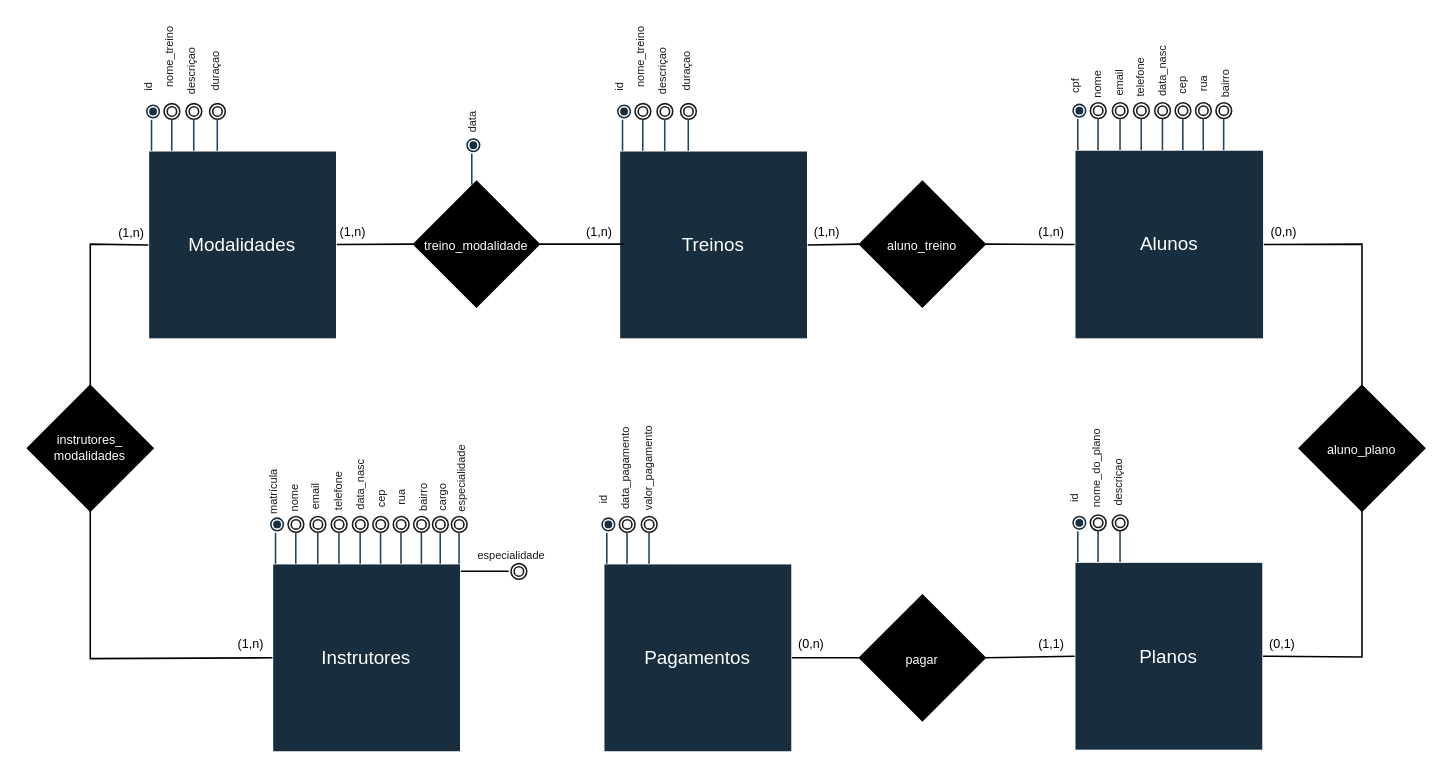
nicolasceccato/banco-de-dados2 keeps this draw.io diagram as trabalho parte 1/modelo conceitual/academia.drawio. Above is the earlier version. Source tidied: cells renumbered, new cells numbered last; positions are measured from the earlier drawing's top-left corner, leaving out a move shared by most shapes. Both pictures are drawn from the tidied source at 157%, with x=0, y=0 at pixel (27, 42).
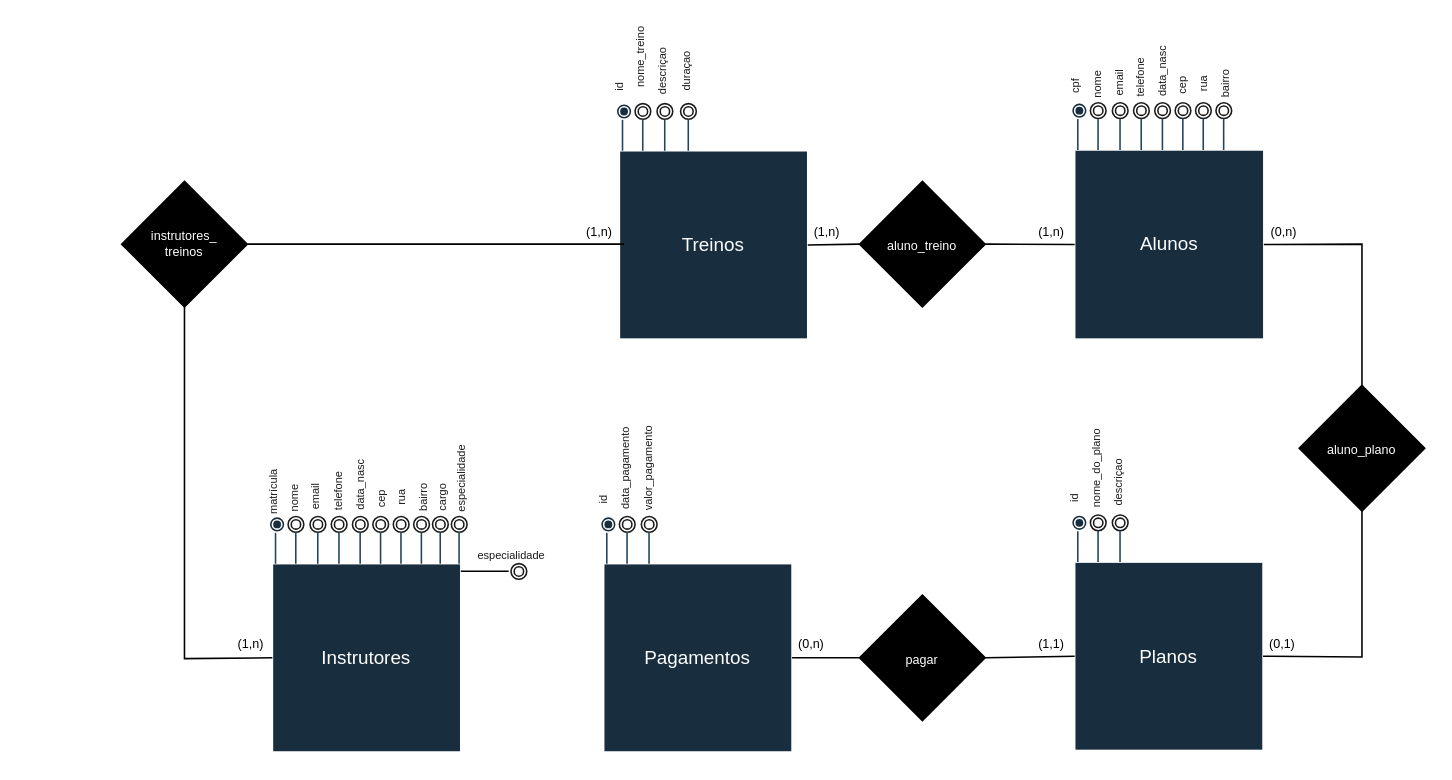
After the change.

Commit message:
atualizando entidades

The change refers to these unchanged cells:
```xml
<mxCell id="83" value="Instrutores" style="whiteSpace=wrap;html=1;labelBackgroundColor=none;fillColor=#182E3E;strokeColor=#FFFFFF;fontColor=#FFFFFF;" parent="82" vertex="1">
  <mxGeometry x="6" y="63.5" width="120" height="120" as="geometry" />
</mxCell>
```

Diff of the diagram source:
```diff
@@
-    <mxCell id="65" style="group;" parent="1" vertex="1">
-      <mxGeometry x="70" y="-0.5" width="127" height="189" as="geometry" />
-    </mxCell>
-    <mxCell id="66" style="group;" parent="65" vertex="1">
-      <mxGeometry width="127" height="189" as="geometry" />
-    </mxCell>
-    <mxCell id="67" value="Modalidades" style="whiteSpace=wrap;html=1;labelBackgroundColor=none;fillColor=#182E3E;strokeColor=#FFFFFF;fontColor=#FFFFFF;" parent="66" vertex="1">
-      <mxGeometry x="7" y="69" width="120" height="120" as="geometry" />
-    </mxCell>
-    <mxCell id="68" style="endArrow=none;html=1;rounded=0;labelBackgroundColor=none;strokeColor=#23445D;fontColor=default;" parent="66" edge="1">
-      <mxGeometry relative="1" as="geometry">
-        <mxPoint x="9" y="59" as="sourcePoint" />
-        <mxPoint x="9" y="49" as="targetPoint" />
-        <Array as="points">
-          <mxPoint x="9" y="69" />
-          <mxPoint x="9" y="59" />
-        </Array>
-      </mxGeometry>
-    </mxCell>
-    <mxCell id="69" style="ellipse;shape=doubleEllipse;whiteSpace=wrap;html=1;strokeColor=#FFFFFF;fontColor=#FFFFFF;fillColor=#182E3E;" parent="66" vertex="1">
-      <mxGeometry x="5" y="39" width="10" height="10" as="geometry" />
-    </mxCell>
-    <mxCell id="70" style="ellipse;shape=doubleEllipse;whiteSpace=wrap;html=1;strokeColor=#1A1A1A;fontColor=#FFFFFF;fillColor=none;" parent="66" vertex="1">
-      <mxGeometry x="17" y="39" width="10" height="10" as="geometry" />
-    </mxCell>
-    <mxCell id="71" value="&lt;font color=&quot;#1a1a1a&quot;&gt;&lt;font style=&quot;font-size: 7px;&quot;&gt;id&lt;/font&gt;&lt;br&gt;&lt;/font&gt;" style="text;html=1;strokeColor=none;fillColor=none;align=center;verticalAlign=middle;whiteSpace=wrap;rounded=0;fontColor=#FFFFFF;rotation=-90;" parent="66" vertex="1">
-      <mxGeometry x="-4" y="23" width="19" height="11" as="geometry" />
-    </mxCell>
-    <mxCell id="72" value="&lt;font color=&quot;#1a1a1a&quot;&gt;&lt;font style=&quot;font-size: 7px;&quot;&gt;nome_treino&lt;/font&gt;&lt;br&gt;&lt;/font&gt;" style="text;html=1;strokeColor=none;fillColor=none;align=center;verticalAlign=middle;whiteSpace=wrap;rounded=0;fontColor=#FFFFFF;rotation=270;" parent="66" vertex="1">
-      <mxGeometry x="9.5" y="9.5" width="19" as="geometry" />
-    </mxCell>
-    <mxCell id="73" style="endArrow=none;html=1;rounded=0;labelBackgroundColor=none;strokeColor=#23445D;fontColor=default;" parent="66" edge="1">
-      <mxGeometry relative="1" as="geometry">
-        <mxPoint x="21.9" y="59" as="sourcePoint" />
-        <mxPoint x="21.9" y="49" as="targetPoint" />
-        <Array as="points">
-          <mxPoint x="21.9" y="69" />
-          <mxPoint x="21.9" y="59" />
-        </Array>
-      </mxGeometry>
-    </mxCell>
-    <mxCell id="74" style="ellipse;shape=doubleEllipse;whiteSpace=wrap;html=1;strokeColor=#1A1A1A;fontColor=#FFFFFF;fillColor=none;" parent="66" vertex="1">
-      <mxGeometry x="31" y="39" width="10" height="10" as="geometry" />
-    </mxCell>
-    <mxCell id="75" value="&lt;font color=&quot;#1a1a1a&quot;&gt;&lt;span style=&quot;font-size: 7px;&quot;&gt;descriçao&lt;/span&gt;&lt;br&gt;&lt;/font&gt;" style="text;html=1;strokeColor=none;fillColor=none;align=center;verticalAlign=middle;whiteSpace=wrap;rounded=0;fontColor=#FFFFFF;rotation=270;" parent="66" vertex="1">
-      <mxGeometry x="23.5" y="18.5" width="19" as="geometry" />
-    </mxCell>
-    <mxCell id="76" style="endArrow=none;html=1;rounded=0;labelBackgroundColor=none;strokeColor=#23445D;fontColor=default;" parent="66" edge="1">
-      <mxGeometry relative="1" as="geometry">
-        <mxPoint x="35.9" y="59" as="sourcePoint" />
-        <mxPoint x="35.9" y="49" as="targetPoint" />
-        <Array as="points">
-          <mxPoint x="35.9" y="69" />
-          <mxPoint x="35.9" y="59" />
-        </Array>
-      </mxGeometry>
-    </mxCell>
-    <mxCell id="77" value="(1,n)" style="text;html=1;strokeColor=none;fillColor=none;align=center;verticalAlign=middle;whiteSpace=wrap;rounded=0;fontSize=8;" parent="66" vertex="1">
-      <mxGeometry x="-16.5" y="116.5" width="25" height="10" as="geometry" />
-    </mxCell>
-    <mxCell id="78" style="ellipse;shape=doubleEllipse;whiteSpace=wrap;html=1;strokeColor=#1A1A1A;fontColor=#FFFFFF;fillColor=none;" parent="65" vertex="1">
-      <mxGeometry x="46" y="39" width="10" height="10" as="geometry" />
-    </mxCell>
-    <mxCell id="79" value="&lt;font color=&quot;#1a1a1a&quot;&gt;&lt;span style=&quot;font-size: 7px;&quot;&gt;duraçao&lt;/span&gt;&lt;br&gt;&lt;/font&gt;" style="text;html=1;strokeColor=none;fillColor=none;align=center;verticalAlign=middle;whiteSpace=wrap;rounded=0;fontColor=#FFFFFF;rotation=270;" parent="65" vertex="1">
-      <mxGeometry x="38.5" y="18.5" width="19" as="geometry" />
-    </mxCell>
-    <mxCell id="80" style="endArrow=none;html=1;rounded=0;labelBackgroundColor=none;strokeColor=#23445D;fontColor=default;" parent="65" edge="1">
-      <mxGeometry relative="1" as="geometry">
-        <mxPoint x="50.9" y="59" as="sourcePoint" />
-        <mxPoint x="50.9" y="49" as="targetPoint" />
-        <Array as="points">
-          <mxPoint x="50.9" y="69" />
-          <mxPoint x="50.9" y="59" />
-        </Array>
-      </mxGeometry>
-    </mxCell>
@@
-    <mxCell id="118" value="&lt;span style=&quot;font-size: 8px;&quot;&gt;instrutores_&lt;br&gt;modalidades&lt;/span&gt;" style="rhombus;whiteSpace=wrap;html=1;fillColor=#000000;fontColor=#FFFFFF;fontSize=6;" parent="1" vertex="1">
-      <mxGeometry y="218" width="80" height="80" as="geometry" />
+    <mxCell id="118" value="&lt;span style=&quot;font-size: 8px;&quot;&gt;instrutores_&lt;br&gt;treinos&lt;/span&gt;" style="rhombus;whiteSpace=wrap;html=1;fillColor=#000000;fontColor=#FFFFFF;fontSize=6;" parent="1" vertex="1">
+      <mxGeometry x="60" y="88" width="80" height="80" as="geometry" />
     </mxCell>
@@
-    <mxCell id="120" style="endArrow=none;html=1;rounded=0;entryX=0;entryY=0.5;entryDx=0;entryDy=0;" parent="1" edge="1" source="67" target="127">
-      <mxGeometry relative="1" as="geometry" />
-    </mxCell>
-    <mxCell id="121" style="endArrow=none;html=1;rounded=0;exitX=1;exitY=0.5;exitDx=0;exitDy=0;" parent="1" edge="1" source="127">
+    <mxCell id="121" style="endArrow=none;html=1;rounded=0;" parent="1" edge="1" source="118">
       <mxGeometry relative="1" as="geometry">
         <mxPoint x="380" y="128" as="targetPoint" />
       </mxGeometry>
     </mxCell>
-    <mxCell id="122" value="(1,n)" style="text;html=1;strokeColor=none;fillColor=none;align=center;verticalAlign=middle;whiteSpace=wrap;rounded=0;fontSize=8;" parent="1" vertex="1">
-      <mxGeometry x="195" y="115" width="25" height="10" as="geometry" />
-    </mxCell>
@@
     <mxCell id="124" style="endArrow=none;html=1;rounded=0;entryX=0.5;entryY=1;entryDx=0;entryDy=0;exitX=0;exitY=0.5;exitDx=0;exitDy=0;" parent="1" edge="1" source="83" target="118">
       <mxGeometry relative="1" as="geometry">
         <Array as="points">
-          <mxPoint x="40" y="392" />
+          <mxPoint x="100" y="392" />
         </Array>
       </mxGeometry>
     </mxCell>
-    <mxCell id="125" style="endArrow=none;html=1;rounded=0;entryX=0;entryY=0.5;entryDx=0;entryDy=0;exitX=0.5;exitY=0;exitDx=0;exitDy=0;" parent="1" edge="1" source="118" target="67">
-      <mxGeometry relative="1" as="geometry">
-        <Array as="points">
-          <mxPoint x="40" y="128" />
-        </Array>
-      </mxGeometry>
-    </mxCell>
-    <mxCell id="126" style="group;" parent="1" vertex="1">
-      <mxGeometry x="246" y="41" width="80" height="127" as="geometry" />
-    </mxCell>
-    <mxCell id="127" value="&lt;font style=&quot;font-size: 8px;&quot;&gt;treino_modalidade&lt;/font&gt;" style="rhombus;whiteSpace=wrap;html=1;fillColor=#000000;fontColor=#FFFFFF;" parent="126" vertex="1">
-      <mxGeometry y="47" width="80" height="80" as="geometry" />
-    </mxCell>
-    <mxCell id="128" style="endArrow=none;html=1;rounded=0;labelBackgroundColor=none;strokeColor=#23445D;fontColor=default;" parent="126" edge="1">
-      <mxGeometry relative="1" as="geometry">
-        <mxPoint x="37" y="39" as="sourcePoint" />
-        <mxPoint x="37" y="29" as="targetPoint" />
-        <Array as="points">
-          <mxPoint x="37" y="49" />
-          <mxPoint x="37" y="39" />
-        </Array>
-      </mxGeometry>
-    </mxCell>
-    <mxCell id="129" style="ellipse;shape=doubleEllipse;whiteSpace=wrap;html=1;strokeColor=#FFFFFF;fontColor=#FFFFFF;fillColor=#182E3E;" parent="126" vertex="1">
-      <mxGeometry x="33" y="19" width="10" height="10" as="geometry" />
-    </mxCell>
-    <mxCell id="130" value="&lt;font color=&quot;#1a1a1a&quot;&gt;&lt;font style=&quot;font-size: 7px;&quot;&gt;data&lt;/font&gt;&lt;br&gt;&lt;/font&gt;" style="text;html=1;strokeColor=none;fillColor=none;align=center;verticalAlign=middle;whiteSpace=wrap;rounded=0;fontColor=#FFFFFF;rotation=-90;" parent="126" vertex="1">
-      <mxGeometry x="26" y="4" width="19" height="11" as="geometry" />
-    </mxCell>
```
